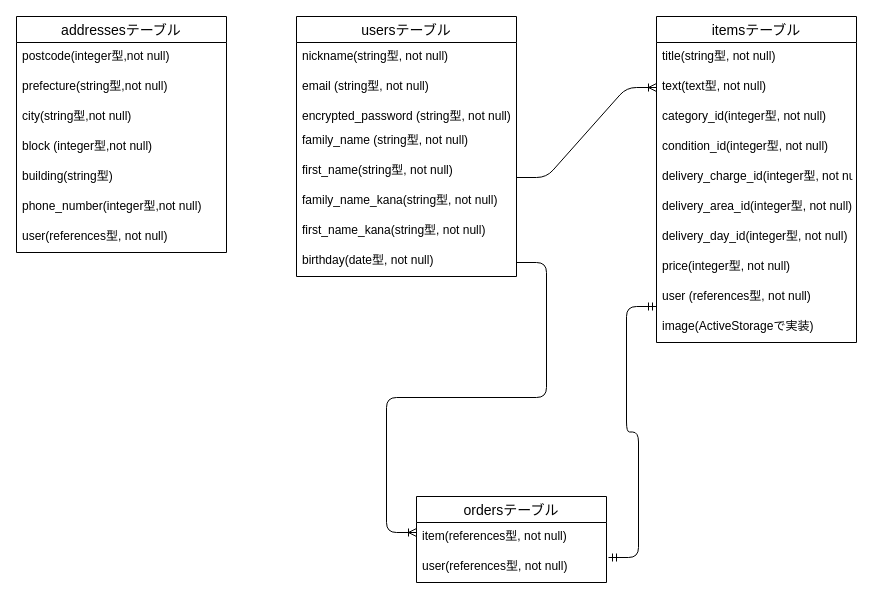
The draw.io diagram ER.dio in emily-08/furima-34769, before the edit. Source tidied: cells renumbered, new cells numbered last; positions are measured from the earlier drawing's top-left corner, leaving out a move shared by most shapes. Both pictures are drawn from the tidied source at 100%, with x=0, y=0 at pixel (16, 16).
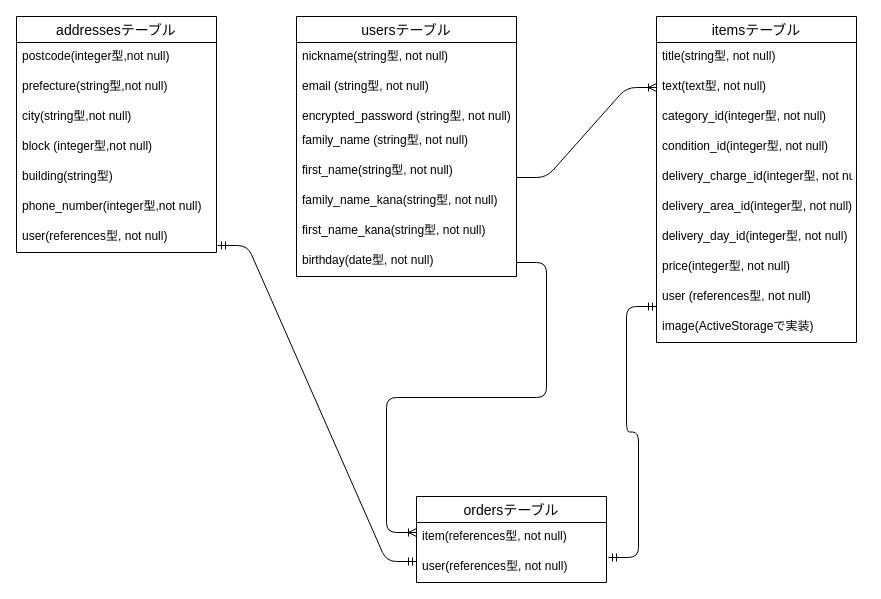
The same diagram, later.

Commit message (it also covers changes not shown here):
DB設計　修正3回目

The change refers to these unchanged cells:
```xml
<mxCell id="32" value="user(references型, not null)" style="text;strokeColor=none;fillColor=none;spacingLeft=4;spacingRight=4;overflow=hidden;points=[[0,0.5],[1,0.5]];portConstraint=eastwest;fontSize=12;" parent="30" vertex="1">
  <mxGeometry y="56" width="190" height="30" as="geometry" />
</mxCell>
```

What changed in the source:
```diff
@@
     <mxCell id="22" value="addressesテーブル" style="swimlane;fontStyle=0;horizontal=1;startSize=26;align=center;fontSize=14;labelBackgroundColor=none;" parent="1" vertex="1">
-      <mxGeometry width="210" height="236" as="geometry" />
+      <mxGeometry width="200" height="236" as="geometry" />
     </mxCell>
     <mxCell id="23" value="postcode(integer型,not null)&#10;" style="text;strokeColor=none;fillColor=none;spacingLeft=4;spacingRight=4;overflow=hidden;fontSize=12;" parent="22" vertex="1">
-      <mxGeometry y="26" width="210" height="30" as="geometry" />
+      <mxGeometry y="26" width="200" height="30" as="geometry" />
     </mxCell>
     <mxCell id="24" value="prefecture(string型,not null)" style="text;strokeColor=none;fillColor=none;spacingLeft=4;spacingRight=4;overflow=hidden;fontSize=12;" parent="22" vertex="1">
-      <mxGeometry y="56" width="210" height="30" as="geometry" />
+      <mxGeometry y="56" width="200" height="30" as="geometry" />
     </mxCell>
     <mxCell id="25" value="city(string型,not null)" style="text;strokeColor=none;fillColor=none;spacingLeft=4;spacingRight=4;overflow=hidden;fontSize=12;" parent="22" vertex="1">
-      <mxGeometry y="86" width="210" height="30" as="geometry" />
+      <mxGeometry y="86" width="200" height="30" as="geometry" />
     </mxCell>
     <mxCell id="26" value="block (integer型,not null)" style="text;strokeColor=none;fillColor=none;spacingLeft=4;spacingRight=4;overflow=hidden;fontSize=12;" parent="22" vertex="1">
-      <mxGeometry y="116" width="210" height="30" as="geometry" />
+      <mxGeometry y="116" width="200" height="30" as="geometry" />
     </mxCell>
     <mxCell id="27" value="building(string型)" style="text;strokeColor=none;fillColor=none;spacingLeft=4;spacingRight=4;overflow=hidden;fontSize=12;" parent="22" vertex="1">
-      <mxGeometry y="146" width="210" height="30" as="geometry" />
+      <mxGeometry y="146" width="200" height="30" as="geometry" />
     </mxCell>
     <mxCell id="28" value="phone_number(integer型,not null)" style="text;strokeColor=none;fillColor=none;spacingLeft=4;spacingRight=4;overflow=hidden;fontSize=12;" parent="22" vertex="1">
-      <mxGeometry y="176" width="210" height="30" as="geometry" />
+      <mxGeometry y="176" width="200" height="30" as="geometry" />
     </mxCell>
     <mxCell id="29" value="user(references型, not null)" style="text;strokeColor=none;fillColor=none;spacingLeft=4;spacingRight=4;overflow=hidden;points=[[0,0.5],[1,0.5]];portConstraint=eastwest;fontSize=12;" parent="22" vertex="1">
-      <mxGeometry y="206" width="210" height="30" as="geometry" />
+      <mxGeometry y="206" width="200" height="30" as="geometry" />
     </mxCell>
@@
+    <mxCell id="36" style="edgeStyle=entityRelationEdgeStyle;fontSize=12;html=1;endArrow=ERmandOne;startArrow=ERmandOne;exitX=0;exitY=0.3;exitDx=0;exitDy=0;exitPerimeter=0;entryX=1.005;entryY=0.767;entryDx=0;entryDy=0;entryPerimeter=0;" parent="1" edge="1" source="32" target="29">
+      <mxGeometry relative="1" as="geometry" />
+    </mxCell>
```
